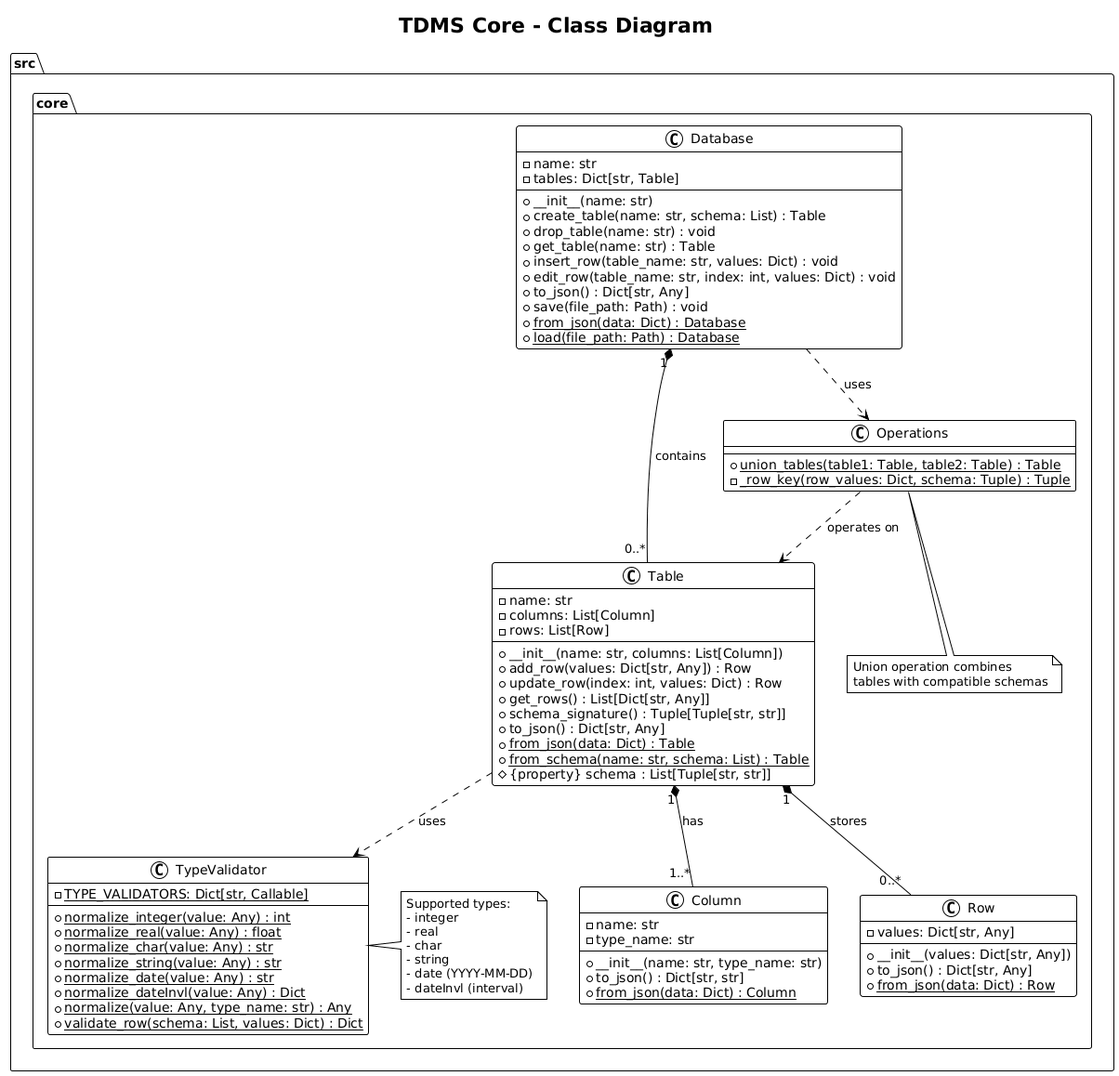
Above: UML/images/02_class_core.png in PavelShpagin/TDMS (PlantUML), before the change.
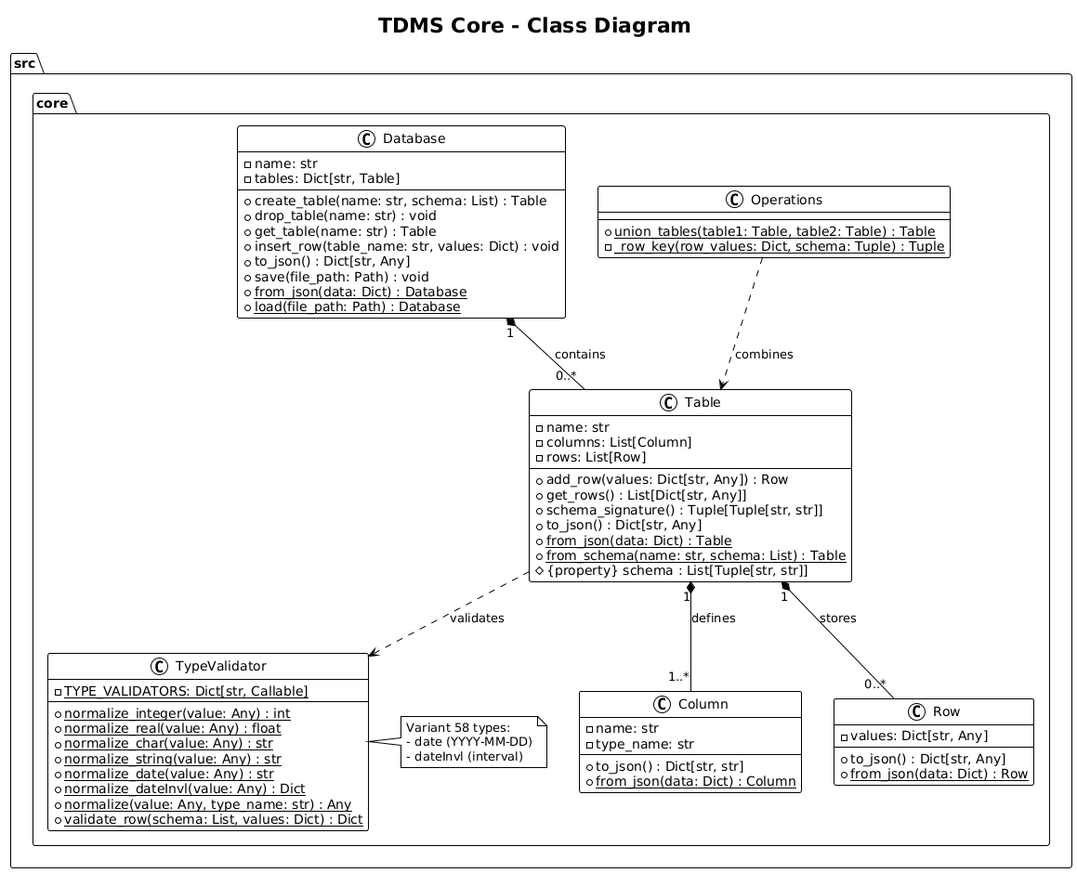
The same file after the commit.

The edit, as a diff of the source:
```diff
@@ -7,12 +7,10 @@
     - name: str
     - tables: Dict[str, Table]
     --
-    + __init__(name: str)
     + create_table(name: str, schema: List) : Table
     + drop_table(name: str) : void
     + get_table(name: str) : Table
     + insert_row(table_name: str, values: Dict) : void
-    + edit_row(table_name: str, index: int, values: Dict) : void
     + to_json() : Dict[str, Any]
     + save(file_path: Path) : void
     + {static} from_json(data: Dict) : Database
@@ -24,9 +22,7 @@
     - columns: List[Column]
     - rows: List[Row]
     --
-    + __init__(name: str, columns: List[Column])
     + add_row(values: Dict[str, Any]) : Row
-    + update_row(index: int, values: Dict) : Row
     + get_rows() : List[Dict[str, Any]]
     + schema_signature() : Tuple[Tuple[str, str]]
     + to_json() : Dict[str, Any]
@@ -39,7 +35,6 @@
     - name: str
     - type_name: str
     --
-    + __init__(name: str, type_name: str)
     + to_json() : Dict[str, str]
     + {static} from_json(data: Dict) : Column
   }
@@ -47,7 +42,6 @@
   class Row {
     - values: Dict[str, Any]
     --
-    + __init__(values: Dict[str, Any])
     + to_json() : Dict[str, Any]
     + {static} from_json(data: Dict) : Row
   }
@@ -72,25 +66,15 @@
   }
 
   Database "1" *-- "0..*" Table : contains
-  Table "1" *-- "1..*" Column : has
+  Table "1" *-- "1..*" Column : defines
   Table "1" *-- "0..*" Row : stores
-  Table ..> TypeValidator : uses
-  Operations ..> Table : operates on
-  Database ..> Operations : uses
+  Table ..> TypeValidator : validates
+  Operations ..> Table : combines
 
   note right of TypeValidator
-    Supported types:
-    - integer
-    - real
-    - char
-    - string
+    Variant 58 types:
     - date (YYYY-MM-DD)
     - dateInvl (interval)
   end note
-
-  note bottom of Operations
-    Union operation combines
-    tables with compatible schemas
-  end note
 }
 @enduml
```
